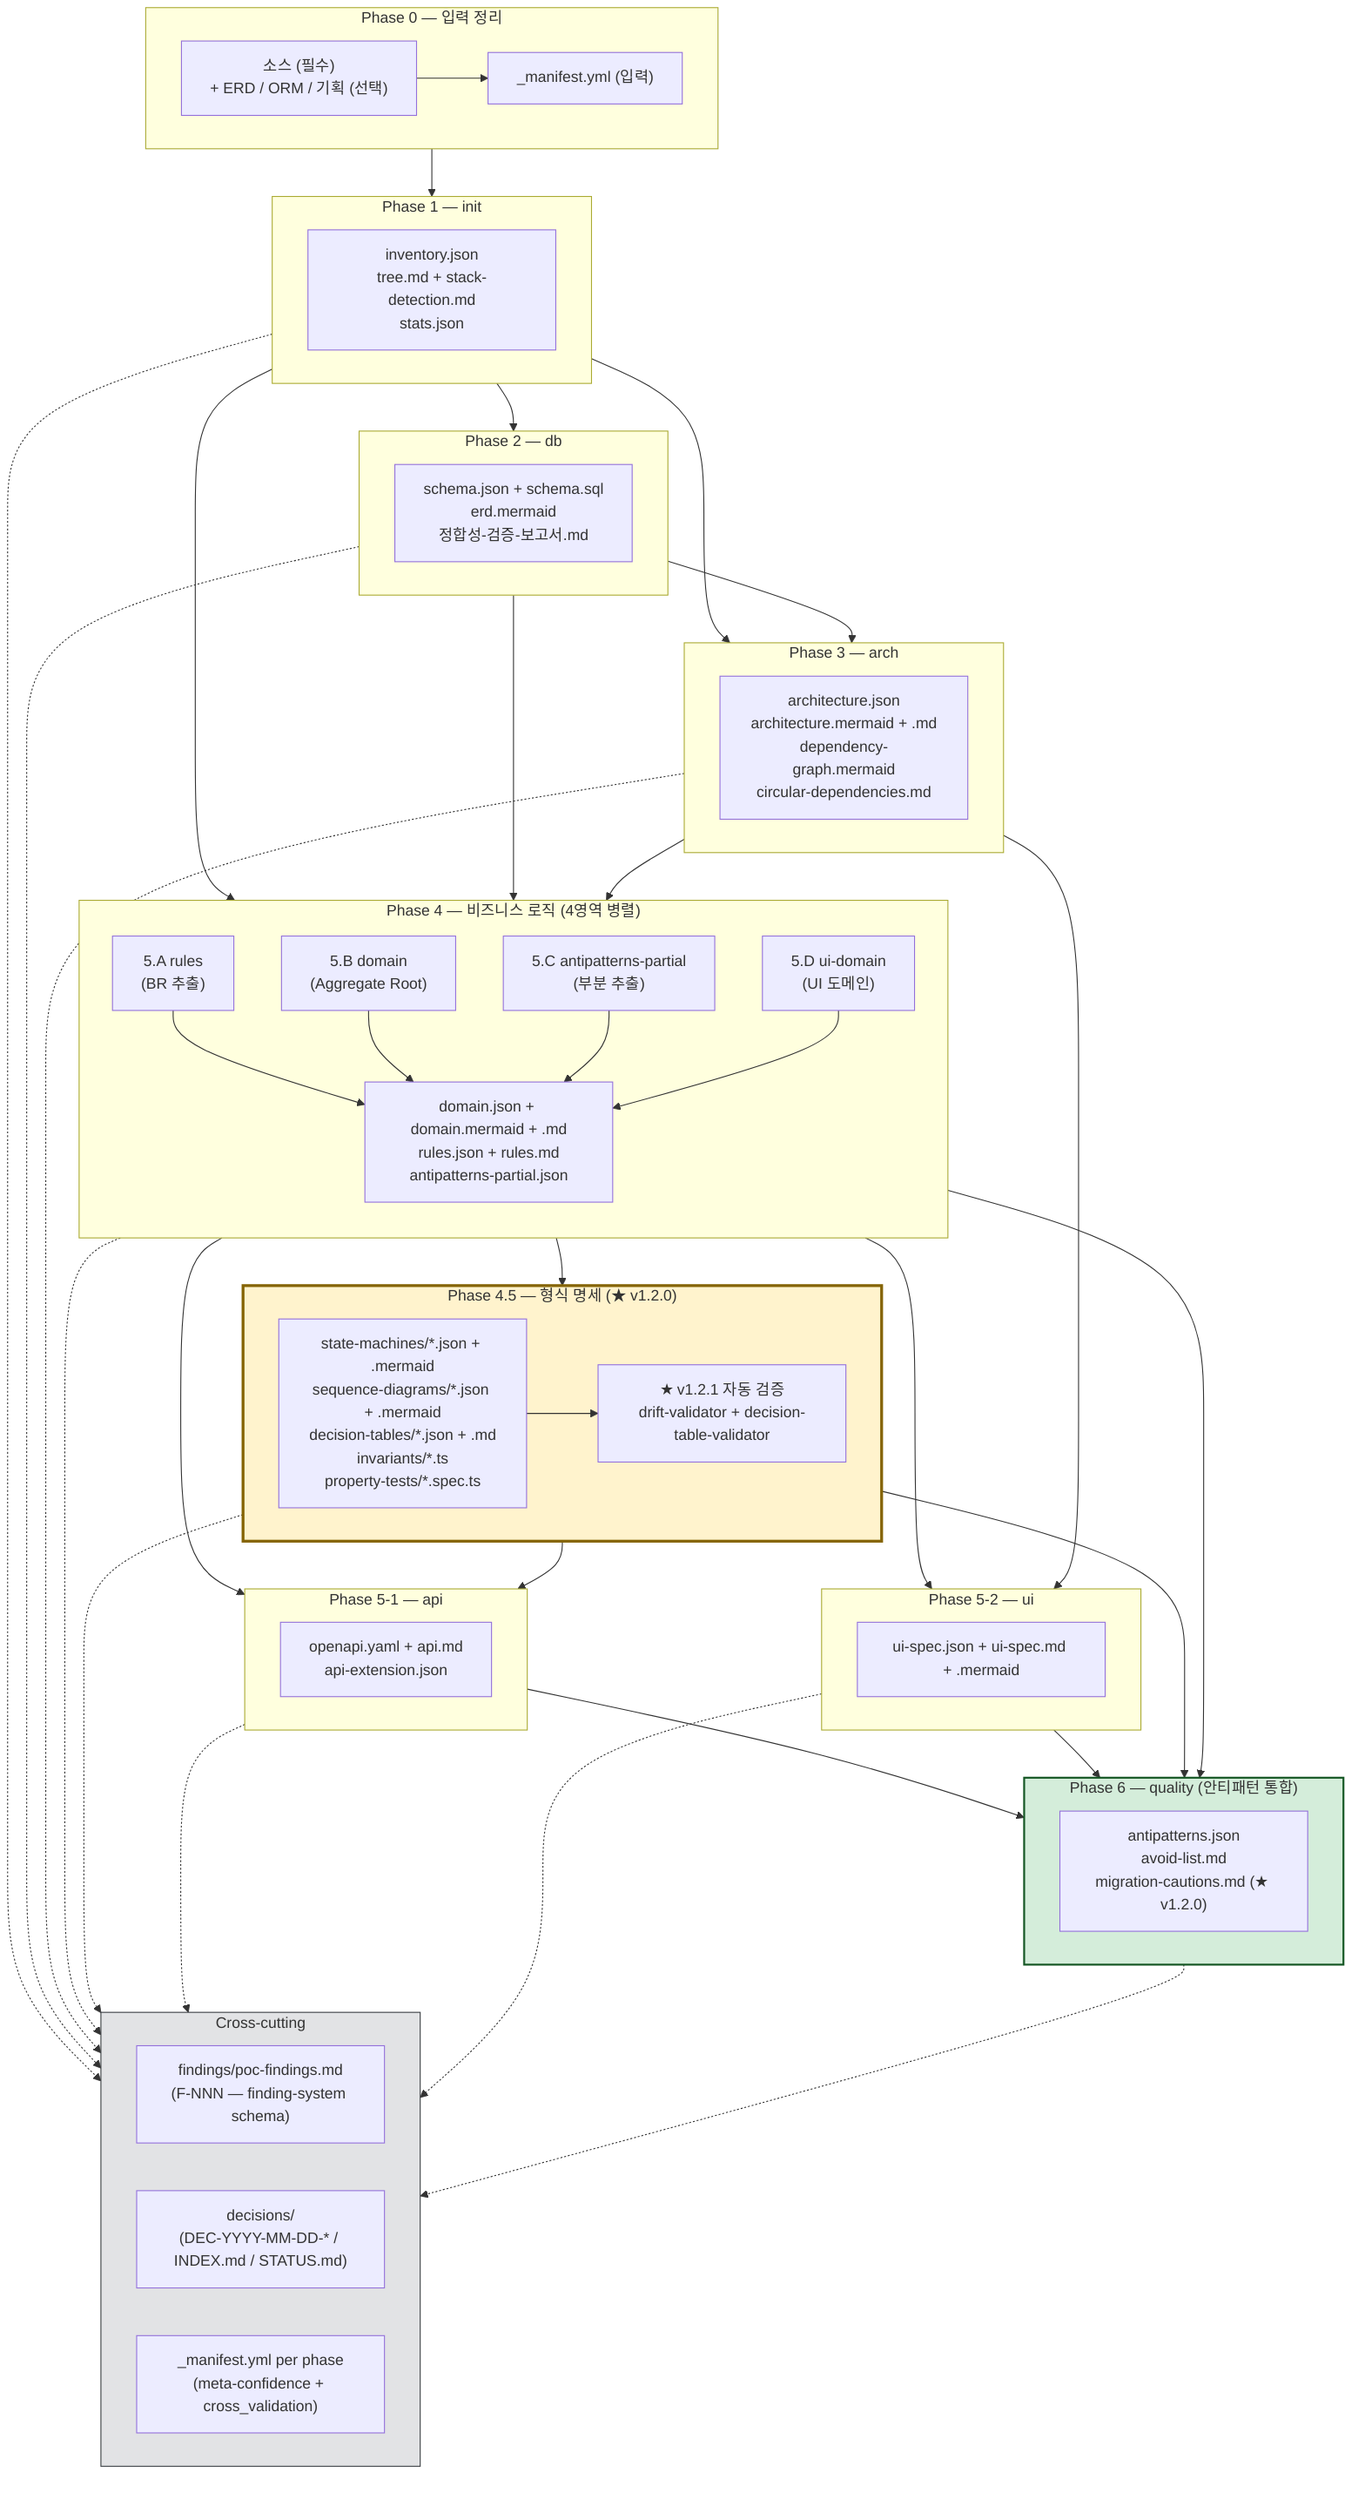
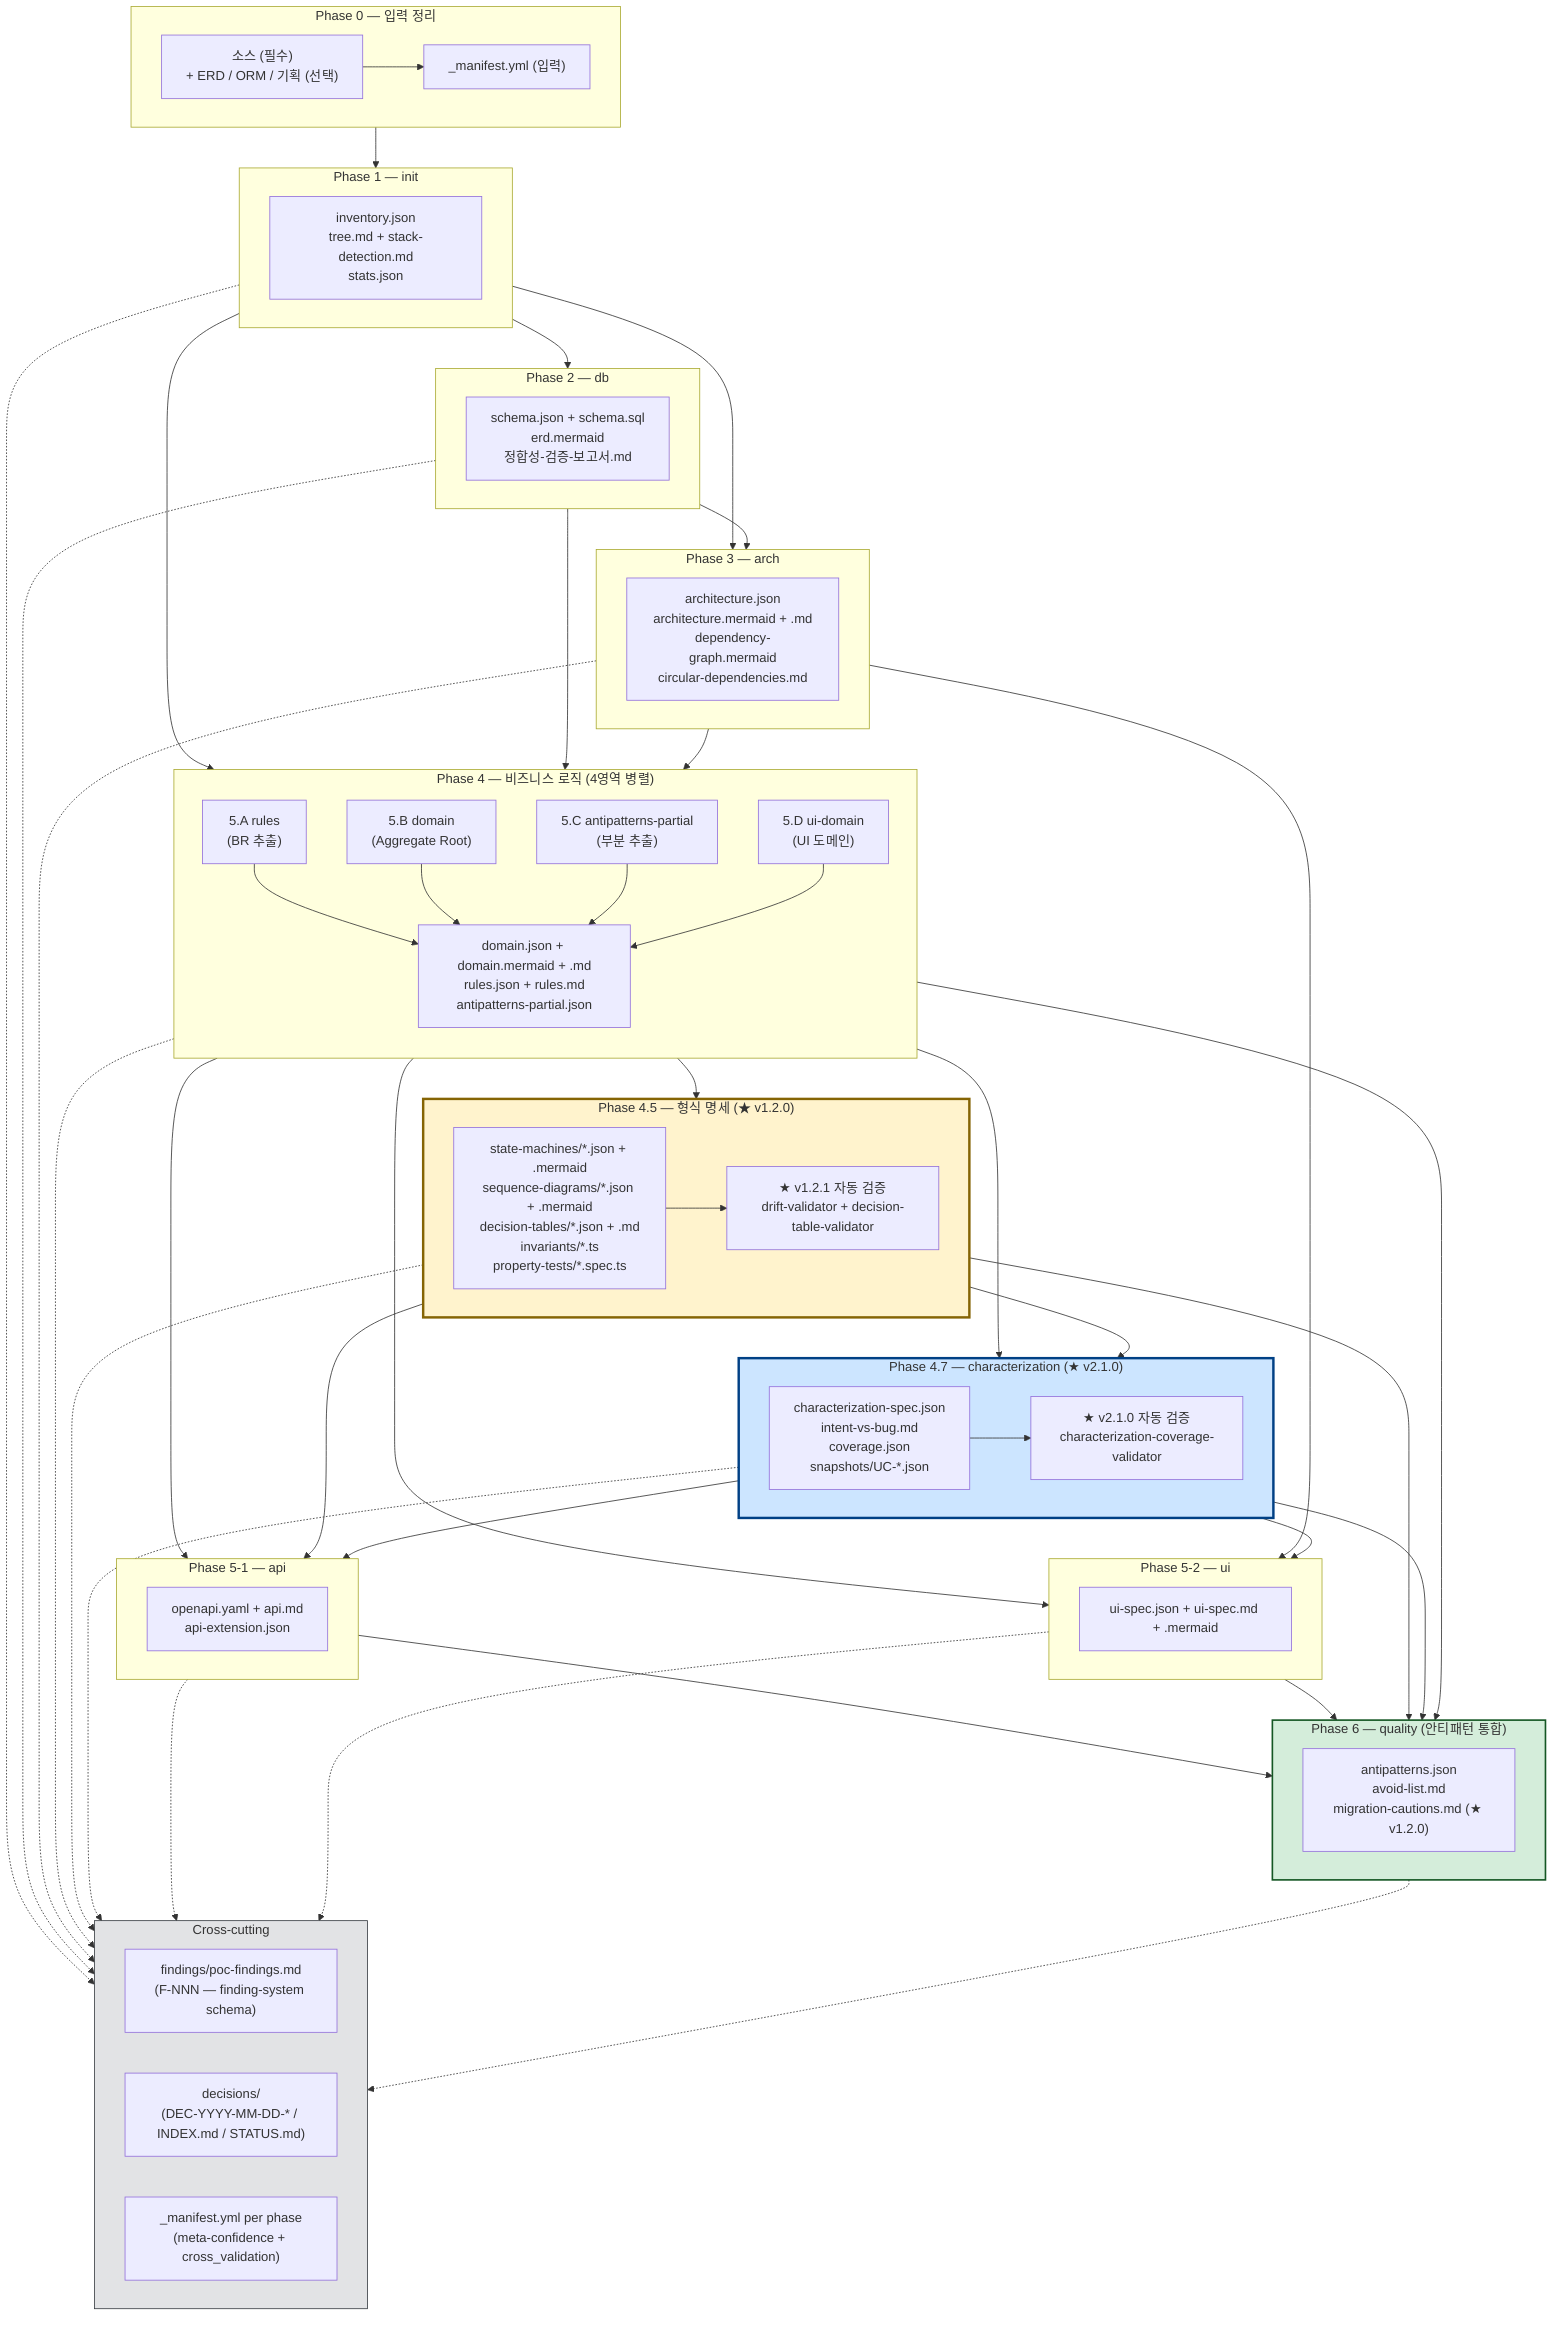
%% AI-Native 방법론 — Phase 흐름 + 산출물 의존 그래프
- %% v1.2.2 신설 (묶음 M-P2-3 #4 — DEC-2026-04-30-M-묶음-갭-식별 P2 #4)
+ %% v2.1.0 — ★ phase 4.7 (characterization) 정식 단계 신설 (의도 vs 버그 분리 + Given/When/Then snapshot acceptance oracle)
%% 사람 눈 (mermaid). AI 눈 짝: phase-flow.json (drift-validator 호환).
- %% ADR-008 (이중 렌더링 사상) 정합.
+ %% ADR-008 (이중 렌더링 사상) + ADR-CHAIN-006 (phase 4.7 정식 도입) 정합.

flowchart TB
    %% ═════════════ Phase 0 (입력) ═════════════
    subgraph P0["Phase 0 — 입력 정리"]
        direction LR
        P0_IN["소스 (필수)<br/>+ ERD / ORM / 기획 (선택)"]
        P0_OUT["_manifest.yml (입력)"]
        P0_IN --> P0_OUT
    end

    %% ═════════════ Phase 1 ═════════════
    subgraph P1["Phase 1 — init"]
        direction LR
        P1_OUT["inventory.json<br/>tree.md + stack-detection.md<br/>stats.json"]
    end

    %% ═════════════ Phase 2 ═════════════
    subgraph P2["Phase 2 — db"]
        direction LR
        P2_OUT["schema.json + schema.sql<br/>erd.mermaid<br/>정합성-검증-보고서.md"]
    end

    %% ═════════════ Phase 3 ═════════════
    subgraph P3["Phase 3 — arch"]
        direction LR
        P3_OUT["architecture.json<br/>architecture.mermaid + .md<br/>dependency-graph.mermaid<br/>circular-dependencies.md"]
    end

    %% ═════════════ Phase 4 (4영역 병렬) ═════════════
    subgraph P4["Phase 4 — 비즈니스 로직 (4영역 병렬)"]
        direction TB
        P4A["5.A rules<br/>(BR 추출)"]
        P4B["5.B domain<br/>(Aggregate Root)"]
        P4C["5.C antipatterns-partial<br/>(부분 추출)"]
        P4D["5.D ui-domain<br/>(UI 도메인)"]
        P4_OUT["domain.json + domain.mermaid + .md<br/>rules.json + rules.md<br/>antipatterns-partial.json"]
        P4A --> P4_OUT
        P4B --> P4_OUT
        P4C --> P4_OUT
        P4D --> P4_OUT
    end

    %% ═════════════ Phase 4.5 (★ v1.2.0 신설 / v1.2.1 자동 검증) ═════════════
    subgraph P45["Phase 4.5 — 형식 명세 (★ v1.2.0)"]
        direction LR
        P45_OUT["state-machines/*.json + .mermaid<br/>sequence-diagrams/*.json + .mermaid<br/>decision-tables/*.json + .md<br/>invariants/*.ts<br/>property-tests/*.spec.ts"]
        P45_VAL["★ v1.2.1 자동 검증<br/>drift-validator + decision-table-validator"]
        P45_OUT --> P45_VAL
    end

+     %% ═════════════ Phase 4.7 (★ v2.1.0 신설 — 의도 vs 버그 분리) ═════════════
+     subgraph P47["Phase 4.7 — characterization (★ v2.1.0)"]
+         direction LR
+         P47_OUT["characterization-spec.json<br/>intent-vs-bug.md<br/>coverage.json<br/>snapshots/UC-*.json"]
+         P47_VAL["★ v2.1.0 자동 검증<br/>characterization-coverage-validator"]
+         P47_OUT --> P47_VAL
+     end
+ 
    %% ═════════════ Phase 5 (병렬) ═════════════
    subgraph P5_1["Phase 5-1 — api"]
        P5_1_OUT["openapi.yaml + api.md<br/>api-extension.json"]
    end
    subgraph P5_2["Phase 5-2 — ui"]
        P5_2_OUT["ui-spec.json + ui-spec.md + .mermaid"]
    end

    %% ═════════════ Phase 6 ═════════════
    subgraph P6["Phase 6 — quality (안티패턴 통합)"]
        direction LR
        P6_OUT["antipatterns.json<br/>avoid-list.md<br/>migration-cautions.md (★ v1.2.0)"]
    end

    %% ═════════════ Cross-cutting (모든 phase) ═════════════
    subgraph CC["Cross-cutting"]
        direction LR
        CC_FIND["findings/poc-findings.md<br/>(F-NNN — finding-system schema)"]
        CC_DEC["decisions/<br/>(DEC-YYYY-MM-DD-* / INDEX.md / STATUS.md)"]
        CC_META["_manifest.yml per phase<br/>(meta-confidence + cross_validation)"]
    end

    %% ═════════════ 의존 그래프 ═════════════
    P0 --> P1
    P1 --> P2
    P1 --> P3
    P2 --> P3
    P1 --> P4
    P2 --> P4
    P3 --> P4
    P4 --> P45
+     P4 --> P47
+     P45 --> P47
    P4 --> P5_1
    P45 --> P5_1
+     P47 --> P5_1
    P4 --> P5_2
    P3 --> P5_2
+     P47 --> P5_2
    P5_1 --> P6
    P5_2 --> P6
    P45 --> P6
+     P47 --> P6
    P4 --> P6

    %% 산출물 cross-cutting
    P1 -.-> CC_FIND
    P2 -.-> CC_FIND
    P3 -.-> CC_FIND
    P4 -.-> CC_FIND
    P45 -.-> CC_FIND
+     P47 -.-> CC_FIND
    P5_1 -.-> CC_FIND
    P5_2 -.-> CC_FIND
    P6 -.-> CC_FIND

    %% Style
    classDef new45 fill:#fff3cd,stroke:#856404,stroke-width:3px
+     classDef new47 fill:#cce5ff,stroke:#004085,stroke-width:3px
    classDef quality fill:#d4edda,stroke:#155724,stroke-width:2px
    classDef cross fill:#e2e3e5,stroke:#383d41
    class P45 new45
+     class P47 new47
    class P6 quality
    class CC cross
